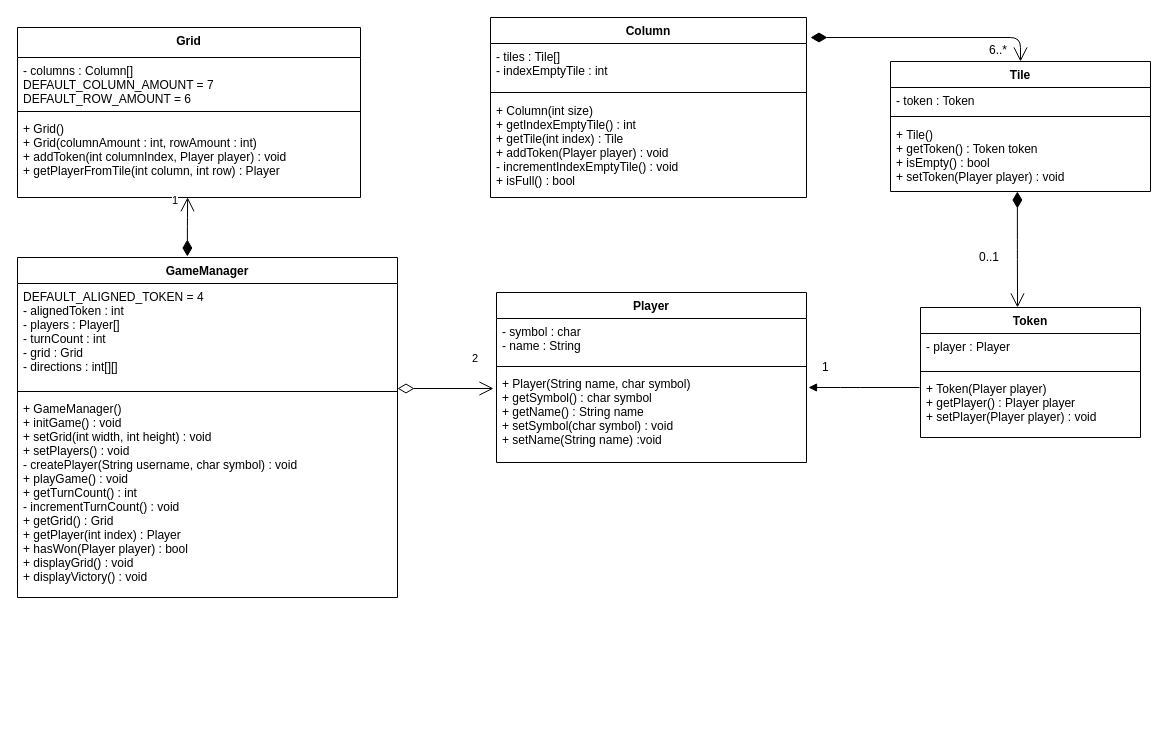
Earlier version of the draw.io diagram Ressources/uml_class_diagram.drawio (Roux-libres/MGL7460-Projet_1). Source tidied: cells renumbered, new cells numbered last; positions are measured from the earlier drawing's top-left corner, leaving out a move shared by most shapes. Both pictures are drawn from the tidied source at 100%, with x=0, y=0 at pixel (17, 17).
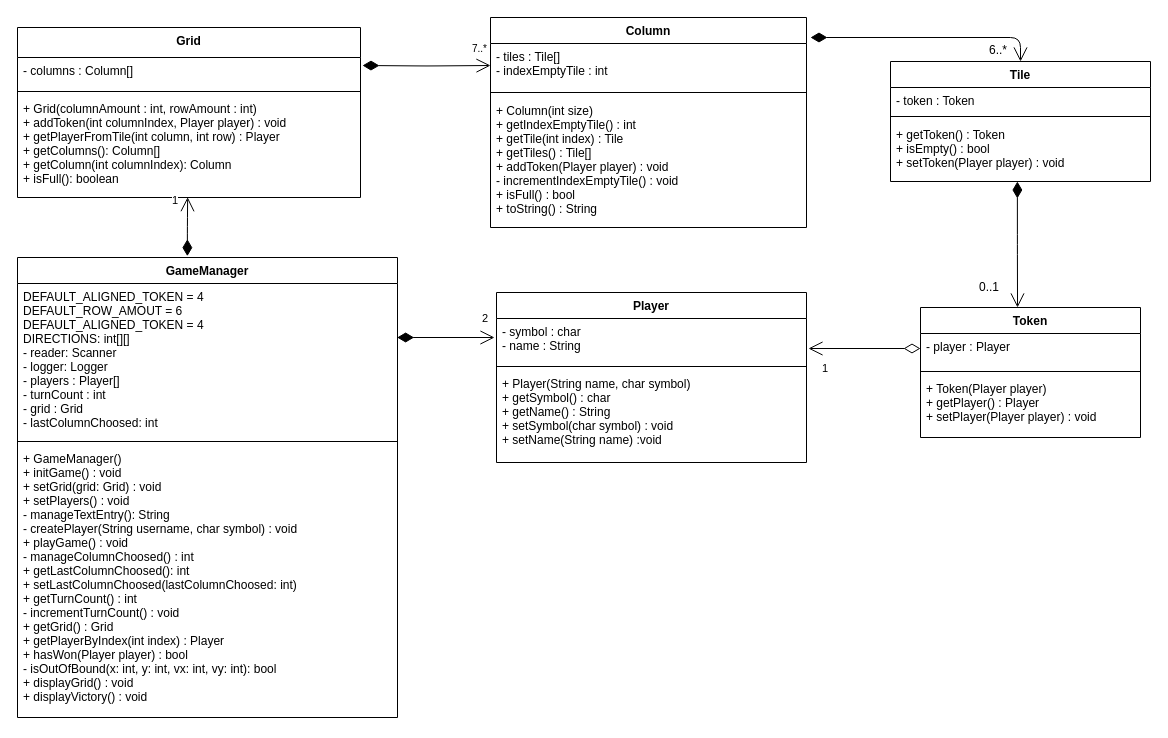
Above is the later version.

Unchanged cells that the change refers to:
```xml
<mxCell id="2" value="Grid" style="swimlane;fontStyle=1;align=center;verticalAlign=top;horizontal=1;startSize=30;" parent="1" vertex="1">
  <mxGeometry y="10" width="343" height="170" as="geometry" />
</mxCell>
<mxCell id="7" value="- tiles : Tile[]&#10;- indexEmptyTile : int" style="text;strokeColor=none;fillColor=none;align=left;verticalAlign=top;spacingLeft=4;spacingRight=4;overflow=hidden;points=[[0,0.5],[1,0.5]];portConstraint=eastwest;" parent="6" vertex="1">
  <mxGeometry y="26" width="316" height="44" as="geometry" />
</mxCell>
<mxCell id="22" value="Token" style="swimlane;fontStyle=1;align=center;verticalAlign=top;horizontal=1;startSize=26;" parent="1" vertex="1">
  <mxGeometry x="903" y="290" width="220" height="130" as="geometry" />
</mxCell>
<mxCell id="26" value="Player" style="swimlane;fontStyle=1;align=center;verticalAlign=top;horizontal=1;startSize=26;" parent="1" vertex="1">
  <mxGeometry x="479" y="275" width="310" height="170" as="geometry" />
</mxCell>
```

Change to the diagram source:
```diff
@@
-    <mxCell id="3" value="- columns : Column[]&#10;DEFAULT_COLUMN_AMOUNT = 7&#10;DEFAULT_ROW_AMOUNT = 6" style="text;strokeColor=none;fillColor=none;align=left;verticalAlign=top;spacingLeft=4;spacingRight=4;overflow=hidden;" parent="2" vertex="1">
-      <mxGeometry y="30" width="343" height="50" as="geometry" />
+    <mxCell id="3" value="- columns : Column[]" style="text;strokeColor=none;fillColor=none;align=left;verticalAlign=top;spacingLeft=4;spacingRight=4;overflow=hidden;" parent="2" vertex="1">
+      <mxGeometry y="30" width="343" height="30" as="geometry" />
     </mxCell>
     <mxCell id="4" style="line;strokeWidth=1;fillColor=none;align=left;verticalAlign=middle;spacingTop=-1;spacingLeft=3;spacingRight=3;labelPosition=right;" parent="2" vertex="1">
-      <mxGeometry y="80" width="343" height="8" as="geometry" />
+      <mxGeometry y="60" width="343" height="8" as="geometry" />
     </mxCell>
-    <mxCell id="5" value="+ Grid()&#10;+ Grid(columnAmount : int, rowAmount : int)&#10;+ addToken(int columnIndex, Player player) : void&#10;+ getPlayerFromTile(int column, int row) : Player&#10;" style="text;strokeColor=none;fillColor=none;align=left;verticalAlign=top;spacingLeft=4;spacingRight=4;overflow=hidden;points=[[0,0.5],[1,0.5]];portConstraint=eastwest;" parent="2" vertex="1">
-      <mxGeometry y="88" width="343" height="82" as="geometry" />
+    <mxCell id="5" value="+ Grid(columnAmount : int, rowAmount : int)&#10;+ addToken(int columnIndex, Player player) : void&#10;+ getPlayerFromTile(int column, int row) : Player&#10;+ getColumns(): Column[]&#10;+ getColumn(int columnIndex): Column&#10;+ isFull(): boolean&#10;" style="text;strokeColor=none;fillColor=none;align=left;verticalAlign=top;spacingLeft=4;spacingRight=4;overflow=hidden;points=[[0,0.5],[1,0.5]];portConstraint=eastwest;" parent="2" vertex="1">
+      <mxGeometry y="68" width="343" height="102" as="geometry" />
     </mxCell>
     <mxCell id="6" value="Column" style="swimlane;fontStyle=1;align=center;verticalAlign=top;horizontal=1;startSize=26;" parent="1" vertex="1">
-      <mxGeometry x="473" width="316" height="180" as="geometry" />
+      <mxGeometry x="473" width="316" height="210" as="geometry" />
     </mxCell>
@@
-    <mxCell id="9" value="+ Column(int size)&#10;+ getIndexEmptyTile() : int&#10;+ getTile(int index) : Tile&#10;+ addToken(Player player) : void&#10;- incrementIndexEmptyTile() : void&#10;+ isFull() : bool" style="text;strokeColor=none;fillColor=none;align=left;verticalAlign=top;spacingLeft=4;spacingRight=4;overflow=hidden;" parent="6" vertex="1">
-      <mxGeometry y="80" width="316" height="100" as="geometry" />
+    <mxCell id="9" value="+ Column(int size)&#10;+ getIndexEmptyTile() : int&#10;+ getTile(int index) : Tile&#10;+ getTiles() : Tile[]&#10;+ addToken(Player player) : void&#10;- incrementIndexEmptyTile() : void&#10;+ isFull() : bool&#10;+ toString() : String" style="text;strokeColor=none;fillColor=none;align=left;verticalAlign=top;spacingLeft=4;spacingRight=4;overflow=hidden;" parent="6" vertex="1">
+      <mxGeometry y="80" width="316" height="130" as="geometry" />
     </mxCell>
@@
-    <mxCell id="11" value="2" style="endArrow=open;html=1;endSize=12;startArrow=diamondThin;startSize=14;startFill=0;edgeStyle=orthogonalEdgeStyle;align=left;verticalAlign=bottom;exitX=1;exitY=0.125;exitDx=0;exitDy=0;exitPerimeter=0;" parent="1" edge="1" source="32">
-      <mxGeometry x="0.52" y="21" relative="1" as="geometry">
-        <mxPoint x="476" y="371" as="targetPoint" />
+    <mxCell id="11" value="2" style="endArrow=open;html=1;endSize=12;startArrow=diamondThin;startSize=14;startFill=1;edgeStyle=orthogonalEdgeStyle;align=left;verticalAlign=bottom;exitX=0.999;exitY=0.349;exitDx=0;exitDy=0;exitPerimeter=0;" parent="1" edge="1" source="31">
+      <mxGeometry x="0.71" y="10" relative="1" as="geometry">
+        <mxPoint x="477" y="320" as="targetPoint" />
         <Array as="points">
-          <mxPoint x="476" y="371" />
+          <mxPoint x="477" y="320" />
+          <mxPoint x="477" y="320" />
         </Array>
       </mxGeometry>
     </mxCell>
@@
-    <mxCell id="13" style="html=1;verticalAlign=bottom;endArrow=block;" parent="1" edge="1">
-      <mxGeometry x="1" y="942" relative="1" as="geometry">
-        <mxPoint x="902" y="370" as="sourcePoint" />
-        <mxPoint x="791" y="370" as="targetPoint" />
-        <Array as="points">
-          <mxPoint x="833" y="370" />
-        </Array>
-        <mxPoint x="310" y="52" as="offset" />
-      </mxGeometry>
-    </mxCell>
@@
     <mxCell id="15" value="0..1" style="text;html=1;align=left;verticalAlign=top;spacingTop=-4;" parent="1" vertex="1">
-      <mxGeometry x="960" y="230" width="40" height="20" as="geometry" />
+      <mxGeometry x="960" y="260" width="40" height="20" as="geometry" />
     </mxCell>
-    <mxCell id="16" value="1" style="text;html=1;align=left;verticalAlign=top;spacingTop=-4;" parent="1" vertex="1">
-      <mxGeometry x="803" y="340" width="20" height="20" as="geometry" />
-    </mxCell>
     <mxCell id="17" value="Tile" style="swimlane;fontStyle=1;align=center;verticalAlign=top;horizontal=1;startSize=26;" parent="1" vertex="1">
-      <mxGeometry x="873" y="44" width="260" height="130" as="geometry" />
+      <mxGeometry x="873" y="44" width="260" height="120" as="geometry" />
     </mxCell>
@@
-    <mxCell id="20" value="+ Tile()&#10;+ getToken() : Token token&#10;+ isEmpty() : bool&#10;+ setToken(Player player) : void" style="text;strokeColor=none;fillColor=none;align=left;verticalAlign=top;spacingLeft=4;spacingRight=4;overflow=hidden;points=[[0,0.5],[1,0.5]];portConstraint=eastwest;" parent="17" vertex="1">
-      <mxGeometry y="60" width="260" height="70" as="geometry" />
+    <mxCell id="20" value="+ getToken() : Token &#10;+ isEmpty() : bool&#10;+ setToken(Player player) : void" style="text;strokeColor=none;fillColor=none;align=left;verticalAlign=top;spacingLeft=4;spacingRight=4;overflow=hidden;points=[[0,0.5],[1,0.5]];portConstraint=eastwest;" parent="17" vertex="1">
+      <mxGeometry y="60" width="260" height="60" as="geometry" />
     </mxCell>
@@
-    <mxCell id="25" value="+ Token(Player player)&#10;+ getPlayer() : Player player&#10;+ setPlayer(Player player) : void&#10;&#10;" style="text;strokeColor=none;fillColor=none;align=left;verticalAlign=top;spacingLeft=4;spacingRight=4;overflow=hidden;" parent="22" vertex="1">
+    <mxCell id="25" value="+ Token(Player player)&#10;+ getPlayer() : Player &#10;+ setPlayer(Player player) : void&#10;&#10;" style="text;strokeColor=none;fillColor=none;align=left;verticalAlign=top;spacingLeft=4;spacingRight=4;overflow=hidden;" parent="22" vertex="1">
       <mxGeometry y="68" width="220" height="62" as="geometry" />
     </mxCell>
@@
-    <mxCell id="29" value="+ Player(String name, char symbol)&#10;+ getSymbol() : char symbol&#10;+ getName() : String name&#10;+ setSymbol(char symbol) : void&#10;+ setName(String name) :void&#10;" style="text;strokeColor=none;fillColor=none;align=left;verticalAlign=top;spacingLeft=4;spacingRight=4;overflow=hidden;" parent="26" vertex="1">
+    <mxCell id="29" value="+ Player(String name, char symbol)&#10;+ getSymbol() : char &#10;+ getName() : String &#10;+ setSymbol(char symbol) : void&#10;+ setName(String name) :void&#10;" style="text;strokeColor=none;fillColor=none;align=left;verticalAlign=top;spacingLeft=4;spacingRight=4;overflow=hidden;" parent="26" vertex="1">
       <mxGeometry y="78" width="310" height="92" as="geometry" />
     </mxCell>
     <mxCell id="30" value="GameManager" style="swimlane;fontStyle=1;align=center;verticalAlign=top;horizontal=1;startSize=26;" parent="1" vertex="1">
-      <mxGeometry y="240" width="380" height="340" as="geometry" />
+      <mxGeometry y="240" width="380" height="460" as="geometry" />
     </mxCell>
-    <mxCell id="31" value="DEFAULT_ALIGNED_TOKEN = 4&#10;- alignedToken : int&#10;- players : Player[]&#10;- turnCount : int&#10;- grid : Grid&#10;- directions : int[][]&#10;" style="text;strokeColor=none;fillColor=none;align=left;verticalAlign=top;spacingLeft=4;spacingRight=4;overflow=hidden;points=[[0,0.5],[1,0.5]];portConstraint=eastwest;" parent="30" vertex="1">
-      <mxGeometry y="26" width="380" height="104" as="geometry" />
+    <mxCell id="31" value="DEFAULT_ALIGNED_TOKEN = 4&#10;DEFAULT_ROW_AMOUT = 6&#10;DEFAULT_ALIGNED_TOKEN = 4&#10;DIRECTIONS: int[][]&#10;- reader: Scanner&#10;- logger: Logger&#10;- players : Player[]&#10;- turnCount : int&#10;- grid : Grid&#10;- lastColumnChoosed: int&#10;&#10;" style="text;strokeColor=none;fillColor=none;align=left;verticalAlign=top;spacingLeft=4;spacingRight=4;overflow=hidden;points=[[0,0.5],[1,0.5]];portConstraint=eastwest;" parent="30" vertex="1">
+      <mxGeometry y="26" width="380" height="154" as="geometry" />
     </mxCell>
     <mxCell id="32" style="line;strokeWidth=1;fillColor=none;align=left;verticalAlign=middle;spacingTop=-1;spacingLeft=3;spacingRight=3;labelPosition=right;points=[];portConstraint=eastwest;" parent="30" vertex="1">
-      <mxGeometry y="130" width="380" height="8" as="geometry" />
+      <mxGeometry y="180" width="380" height="8" as="geometry" />
     </mxCell>
-    <mxCell id="33" value="+ GameManager()&#10;+ initGame() : void&#10;+ setGrid(int width, int height) : void&#10;+ setPlayers() : void&#10;- createPlayer(String username, char symbol) : void&#10;+ playGame() : void&#10;+ getTurnCount() : int&#10;- incrementTurnCount() : void&#10;+ getGrid() : Grid&#10;+ getPlayer(int index) : Player&#10;+ hasWon(Player player) : bool&#10;+ displayGrid() : void&#10;+ displayVictory() : void" style="text;strokeColor=none;fillColor=none;align=left;verticalAlign=top;spacingLeft=4;spacingRight=4;overflow=hidden;" parent="30" vertex="1">
-      <mxGeometry y="138" width="380" height="202" as="geometry" />
+    <mxCell id="33" value="+ GameManager()&#10;+ initGame() : void&#10;+ setGrid(grid: Grid) : void&#10;+ setPlayers() : void&#10;- manageTextEntry(): String&#10;- createPlayer(String username, char symbol) : void&#10;+ playGame() : void&#10;- manageColumnChoosed() : int&#10;+ getLastColumnChoosed(): int&#10;+ setLastColumnChoosed(lastColumnChoosed: int)&#10;+ getTurnCount() : int&#10;- incrementTurnCount() : void&#10;+ getGrid() : Grid&#10;+ getPlayerByIndex(int index) : Player&#10;+ hasWon(Player player) : bool&#10;- isOutOfBound(x: int, y: int, vx: int, vy: int): bool&#10;+ displayGrid() : void&#10;+ displayVictory() : void" style="text;strokeColor=none;fillColor=none;align=left;verticalAlign=top;spacingLeft=4;spacingRight=4;overflow=hidden;" parent="30" vertex="1">
+      <mxGeometry y="188" width="380" height="272" as="geometry" />
     </mxCell>
+    <mxCell id="16" value="1" style="endArrow=open;html=1;endSize=12;startArrow=diamondThin;startSize=14;startFill=0;edgeStyle=orthogonalEdgeStyle;align=left;verticalAlign=bottom;" parent="1" edge="1">
+      <mxGeometry x="0.79" y="29" relative="1" as="geometry">
+        <mxPoint x="903" y="331" as="sourcePoint" />
+        <mxPoint x="791" y="331" as="targetPoint" />
+      </mxGeometry>
+    </mxCell>
+    <mxCell id="34" value="&lt;font size=&quot;1&quot;&gt;7..*&lt;/font&gt;" style="endArrow=open;html=1;endSize=12;startArrow=diamondThin;startSize=14;startFill=1;edgeStyle=orthogonalEdgeStyle;align=left;verticalAlign=bottom;entryX=0;entryY=0.5;entryDx=0;entryDy=0;" parent="1" edge="1" target="7">
+      <mxGeometry x="0.69" y="8" relative="1" as="geometry">
+        <mxPoint x="345" y="48" as="sourcePoint" />
+      </mxGeometry>
+    </mxCell>
```
